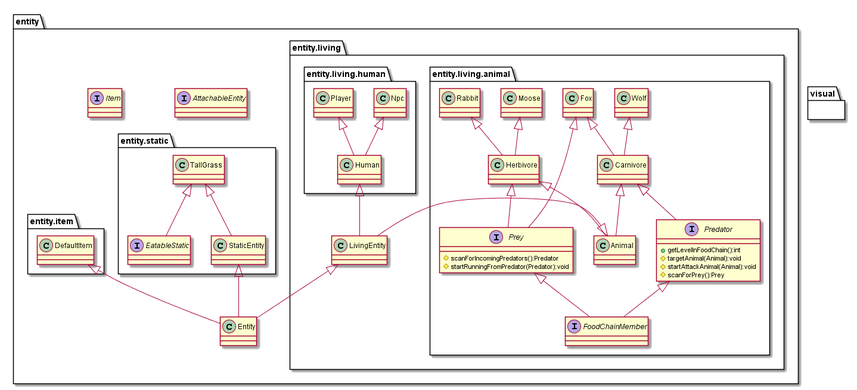
Earlier version of the PlantUML export uml/Classes 2.png (the-zucc/coureur-de-bois).
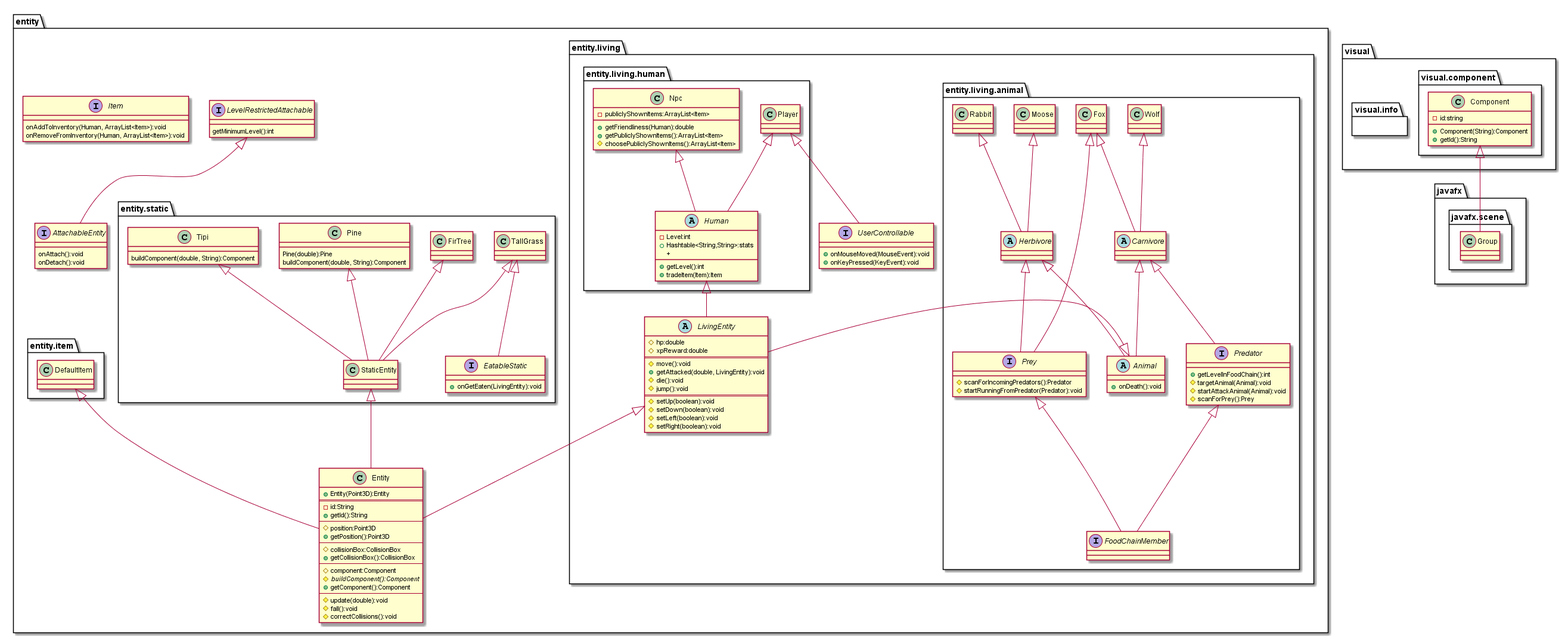
Above is the later version.

Commit message:
avancements dans le UML 17-02-2018

The edit, as a diff of the source:
```diff
@@ -1,16 +1,66 @@
 @startuml Classes 2
 package entity{
-    class Entity
-    interface AttachableEntity
-    interface Item
+    class Entity{
+        + Entity(Point3D):Entity
+        ==
+        - id:String
+        + getId():String
+        --
+        # position:Point3D
+        + getPosition():Point3D
+        --
+        # collisionBox:CollisionBox
+        + getCollisionBox():CollisionBox
+        --
+        # component:Component
+        # {abstract} buildComponent():Component
+        + getComponent():Component
+        --
+        # update(double):void
+        # fall():void
+        # correctCollisions():void
+    }
+    interface AttachableEntity{
+        onAttach():void
+        onDetach():void
+    }
+
+    interface LevelRestrictedAttachable{
+        getMinimumLevel():int
+    }
+    LevelRestrictedAttachable <|-- AttachableEntity
+    interface Item{
+        onAddToInventory(Human, ArrayList<Item>):void
+        onRemoveFromInventory(Human, ArrayList<Item>):void
+
+    }
+
     package entity.living{
 
-        class LivingEntity
+        abstract class LivingEntity{
+            # hp:double
+            # xpReward:double
+            ==
+            # move():void
+            + getAttacked(double, LivingEntity):void
+            # die():void
+            # jump():void
+            ==
+            # setUp(boolean):void
+            # setDown(boolean):void
+            # setLeft(boolean):void
+            # setRight(boolean):void
+        }
         LivingEntity <|-- Entity
+        interface UserControllable{
+            + onMouseMoved(MouseEvent):void
+            + onKeyPressed(KeyEvent):void
+        }
 
         package entity.living.animal{
-
-            class Animal
+            abstract class Animal{
+                + onDeath():void
+            }
             Animal <|-left- LivingEntity
             interface FoodChainMember{
             }
@@ -27,10 +77,12 @@
             }
             Predator <|-- FoodChainMember
 
-            class Herbivore
+            abstract class Herbivore{
+
+            }
             Herbivore <|-- Animal
             Herbivore <|-- Prey
-            class Carnivore
+            abstract class Carnivore
             Carnivore <|-- Animal
             Carnivore <|-- Predator
 
@@ -46,30 +98,75 @@
             Wolf <|-- Carnivore
         }
         package entity.living.human{
-            class Human
+            abstract class Human{
+                - Level:int
+                + getLevel():int
+                + tradeItem(Item):Item
+                + Hashtable<String,String>:stats
+                +
+            }
             Human <|-- LivingEntity
-            class Player
+            class Player{
+
+            }
             Player <|-- Human
+            Player <|-- UserControllable
+            class Npc{
+                - publiclyShownItems:ArrayList<Item>
+                + getFriendliness(Human):double
+                + getPubliclyShownItems():ArrayList<Item>
+                # choosePubliclyShownItems():ArrayList<Item>
+            }
             Npc <|-- Human
         }
     }
     package entity.static{
-        class StaticEntity
+        class StaticEntity{
+        }
         StaticEntity <|-- Entity
         interface EatableStatic{
+            + onGetEaten(LivingEntity):void
         }
         class TallGrass
         TallGrass <|-- StaticEntity
         TallGrass <|-- EatableStatic
+        class FirTree{
+
+        }
+        FirTree <|-- StaticEntity
+        class Pine{
+            Pine(double):Pine
+            buildComponent(double, String):Component
+        }
+        Pine <|-- StaticEntity
+        class Tipi{
+            buildComponent(double, String):Component
+        }
+        Tipi <|-- StaticEntity
     }
     package entity.item{
-
-        class DefaultItem
+        class DefaultItem{
+        }
         DefaultItem <|-- Entity
     }
 
 }
+package javafx{
+    package javafx.scene{
+        class Group
+    }
+}
 package visual{
+    package visual.component{
+        class Component{
+            - id:string
+            + Component(String):Component
+            + getId():String
+        }
+        Component <|-- Group
+    }
+    package visual.info{
 
+    }
 }
 @enduml
```
